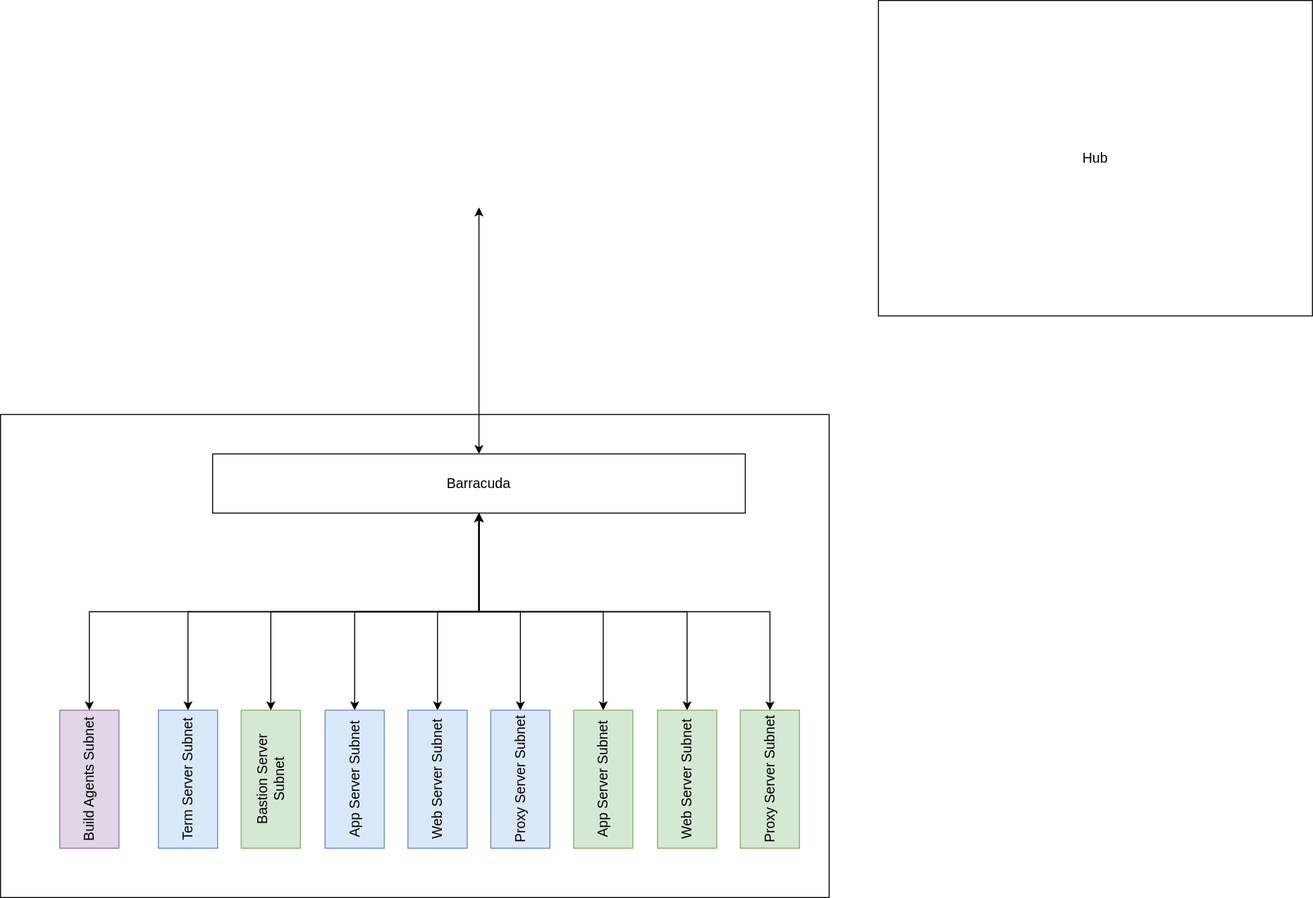
This is PaloAltoSwitchover.svg from vjavle/invoicecloud, a draw.io export, as it was before one commit. Source tidied: cells renumbered, new cells last; positions are measured from the earlier drawing's top-left corner, leaving out a move shared by most shapes.
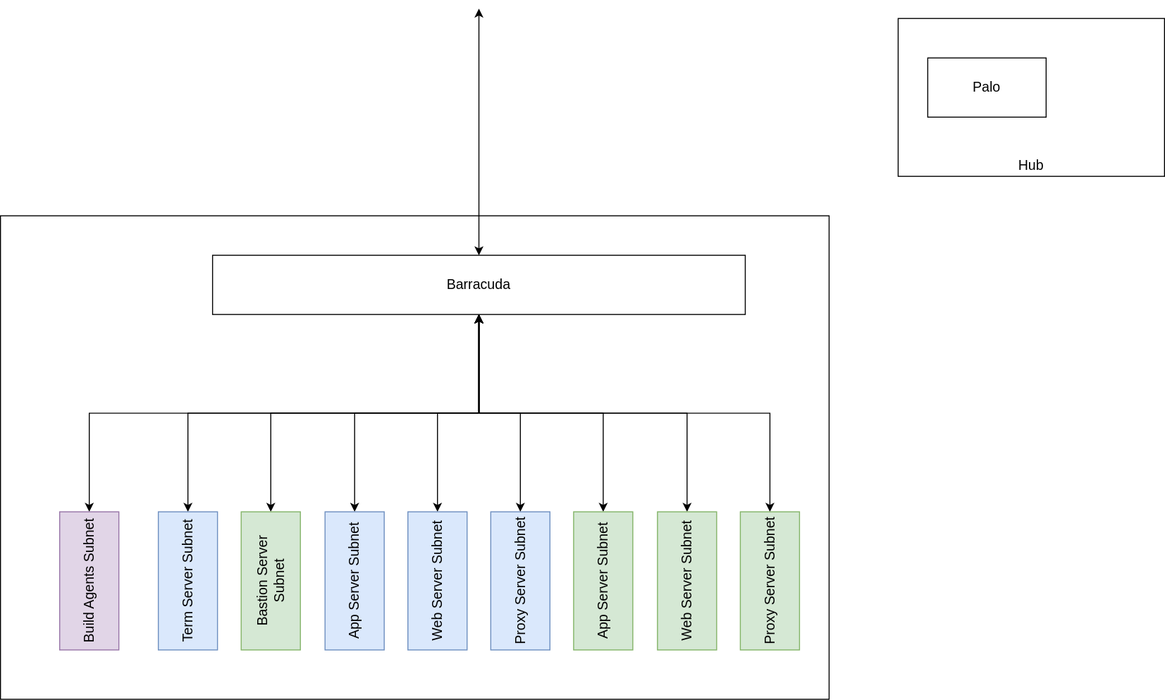
Later version of the same file.

Diff of the diagram source:
```diff
@@ -5,8 +5,8 @@
     <mxCell id="2" style="rounded=0;whiteSpace=wrap;html=1;fontSize=14;" parent="1" vertex="1">
       <mxGeometry y="420" width="840" height="490" as="geometry" />
     </mxCell>
-    <mxCell id="3" value="Hub" style="rounded=0;whiteSpace=wrap;html=1;fontSize=14;" parent="1" vertex="1">
-      <mxGeometry x="890" width="440" height="320" as="geometry" />
+    <mxCell id="3" value="Hub" style="rounded=0;whiteSpace=wrap;html=1;fontSize=14;verticalAlign=bottom;" parent="1" vertex="1">
+      <mxGeometry x="910" y="220" width="270" height="160" as="geometry" />
     </mxCell>
     <mxCell id="4" style="edgeStyle=orthogonalEdgeStyle;rounded=0;jettySize=auto;html=1;fontSize=14;startArrow=classic;startFill=1;" parent="1" edge="1" source="11" target="6">
       <mxGeometry relative="1" as="geometry" />
@@ -75,5 +75,8 @@
     <mxCell id="23" value="Proxy Server Subnet" style="rounded=0;whiteSpace=wrap;html=1;horizontal=0;fontSize=14;fillColor=#d5e8d4;strokeColor=#82b366;" parent="1" vertex="1">
       <mxGeometry x="750" y="720" width="60" height="140" as="geometry" />
     </mxCell>
+    <mxCell id="24" value="Palo" style="rounded=0;whiteSpace=wrap;html=1;fontSize=14;" parent="1" vertex="1">
+      <mxGeometry x="940" y="260" width="120" height="60" as="geometry" />
+    </mxCell>
   </root>
 </mxGraphModel>
```
